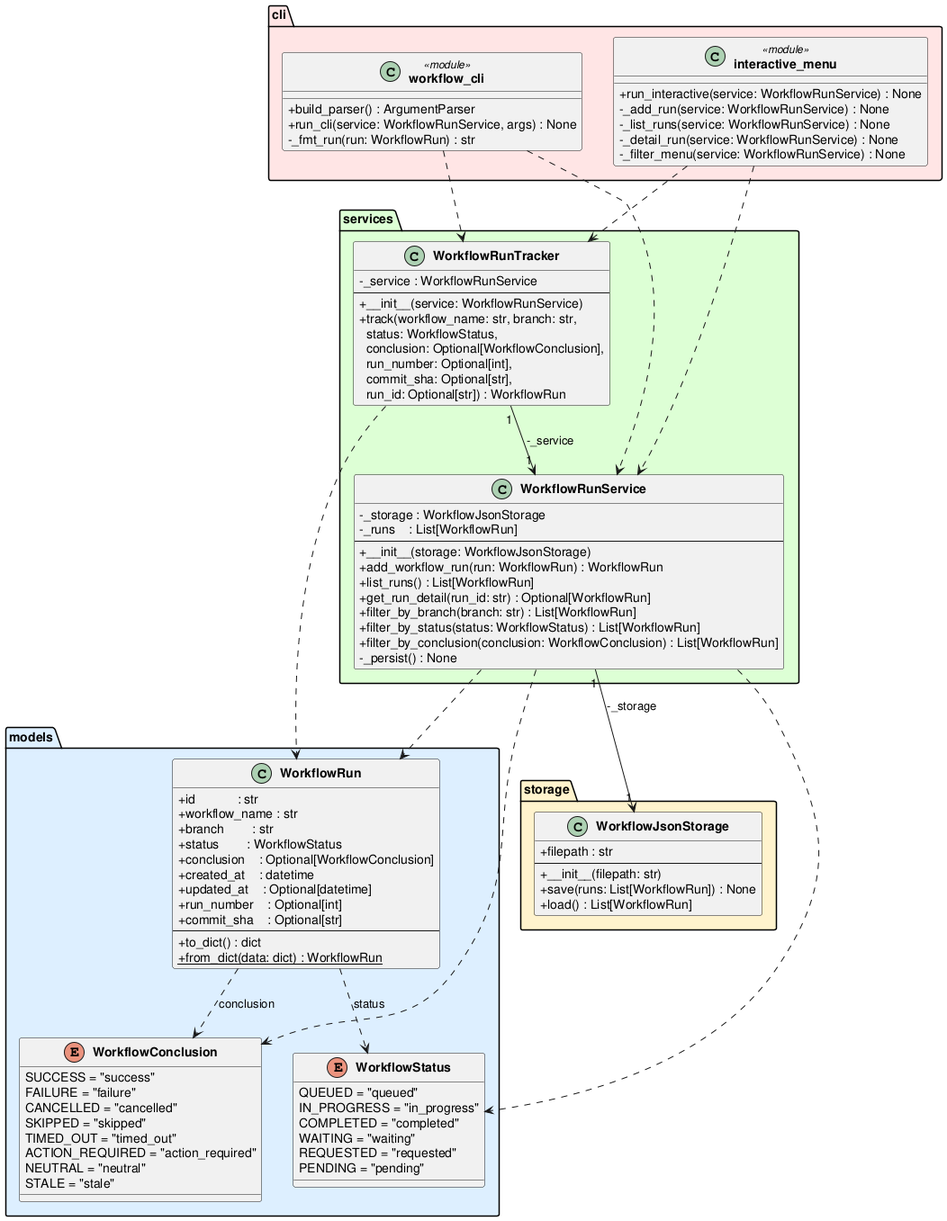
Before: experiments/supervisor_as_tools/structured_text/github-workflow-manager/artifacts/class_diagram.png, a diagram exported from PlantUML (DanielRiha8906/Software_autoevolution_using_agents). The source it was exported from:
```plantuml
@startuml class_diagram

skinparam classAttributeIconSize 0
skinparam classFontStyle bold

package "models" #DDEEFF {
    enum WorkflowStatus {
        QUEUED = "queued"
        IN_PROGRESS = "in_progress"
        COMPLETED = "completed"
        WAITING = "waiting"
        REQUESTED = "requested"
        PENDING = "pending"
    }

    enum WorkflowConclusion {
        SUCCESS = "success"
        FAILURE = "failure"
        CANCELLED = "cancelled"
        SKIPPED = "skipped"
        TIMED_OUT = "timed_out"
        ACTION_REQUIRED = "action_required"
        NEUTRAL = "neutral"
        STALE = "stale"
    }

    class WorkflowRun {
        +id            : str
        +workflow_name : str
        +branch        : str
        +status        : WorkflowStatus
        +conclusion    : Optional[WorkflowConclusion]
        +created_at    : datetime
        +updated_at    : Optional[datetime]
        +run_number    : Optional[int]
        +commit_sha    : Optional[str]
        --
        +to_dict() : dict
        +{static} from_dict(data: dict) : WorkflowRun
    }
}

package "storage" #FFF3CC {
    class WorkflowJsonStorage {
        +filepath : str
        --
        +__init__(filepath: str)
        +save(runs: List[WorkflowRun]) : None
        +load() : List[WorkflowRun]
    }
}

package "services" #DDFFD4 {
    class WorkflowRunService {
        -_storage : WorkflowJsonStorage
        -_runs    : List[WorkflowRun]
        --
        +__init__(storage: WorkflowJsonStorage)
        +add_workflow_run(run: WorkflowRun) : WorkflowRun
        +list_runs() : List[WorkflowRun]
        +get_run_detail(run_id: str) : Optional[WorkflowRun]
        +filter_by_branch(branch: str) : List[WorkflowRun]
        +filter_by_status(status: WorkflowStatus) : List[WorkflowRun]
        +filter_by_conclusion(conclusion: WorkflowConclusion) : List[WorkflowRun]
        -_persist() : None
    }

    class WorkflowRunTracker {
        -_service : WorkflowRunService
        --
        +__init__(service: WorkflowRunService)
        +track(workflow_name: str, branch: str,\n  status: WorkflowStatus,\n  conclusion: Optional[WorkflowConclusion],\n  run_number: Optional[int],\n  commit_sha: Optional[str],\n  run_id: Optional[str]) : WorkflowRun
    }
}

package "cli" #FFE5E5 {
    class "workflow_cli" <<module>> {
        +build_parser() : ArgumentParser
        +run_cli(service: WorkflowRunService, args) : None
        -_fmt_run(run: WorkflowRun) : str
    }

    class "interactive_menu" <<module>> {
        +run_interactive(service: WorkflowRunService) : None
        -_add_run(service: WorkflowRunService) : None
        -_list_runs(service: WorkflowRunService) : None
        -_detail_run(service: WorkflowRunService) : None
        -_filter_menu(service: WorkflowRunService) : None
    }
}

WorkflowRun                ..>  WorkflowStatus        : status
WorkflowRun                ..>  WorkflowConclusion    : conclusion
WorkflowRunService    "1" --> "1" WorkflowJsonStorage : -_storage
WorkflowRunService         ..>  WorkflowRun
WorkflowRunService         ..>  WorkflowStatus
WorkflowRunService         ..>  WorkflowConclusion
WorkflowRunTracker    "1" --> "1" WorkflowRunService  : -_service
WorkflowRunTracker         ..>  WorkflowRun
"workflow_cli"             ..>  WorkflowRunService
"workflow_cli"             ..>  WorkflowRunTracker
"interactive_menu"         ..>  WorkflowRunService
"interactive_menu"         ..>  WorkflowRunTracker

@enduml
```
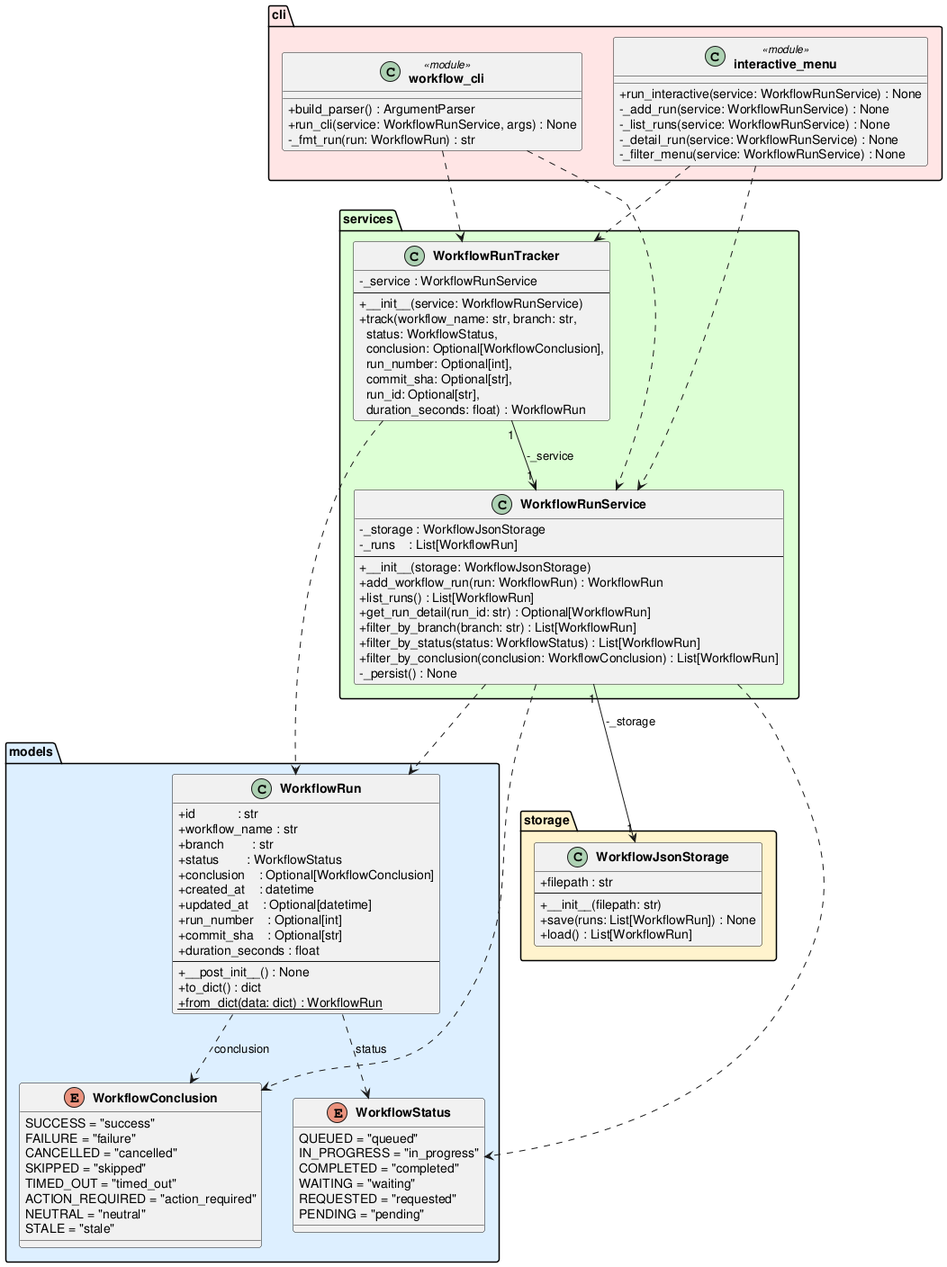
The same file after the commit.

The edit, as a diff of the source:
```diff
@@ -34,7 +34,9 @@
         +updated_at    : Optional[datetime]
         +run_number    : Optional[int]
         +commit_sha    : Optional[str]
+        +duration_seconds : float
         --
+        +__post_init__() : None
         +to_dict() : dict
         +{static} from_dict(data: dict) : WorkflowRun
     }
@@ -69,7 +71,7 @@
         -_service : WorkflowRunService
         --
         +__init__(service: WorkflowRunService)
-        +track(workflow_name: str, branch: str,\n  status: WorkflowStatus,\n  conclusion: Optional[WorkflowConclusion],\n  run_number: Optional[int],\n  commit_sha: Optional[str],\n  run_id: Optional[str]) : WorkflowRun
+        +track(workflow_name: str, branch: str,\n  status: WorkflowStatus,\n  conclusion: Optional[WorkflowConclusion],\n  run_number: Optional[int],\n  commit_sha: Optional[str],\n  run_id: Optional[str],\n  duration_seconds: float) : WorkflowRun
     }
 }
 
```
